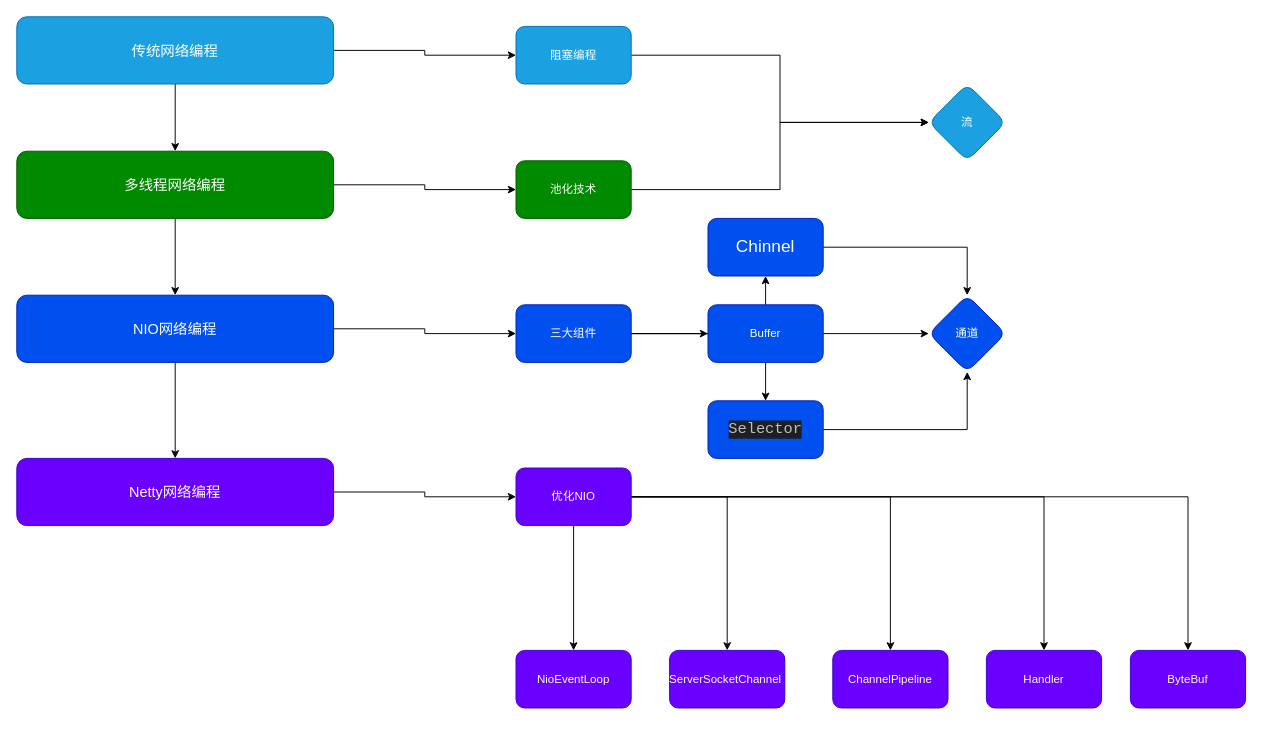
The draw.io diagram static/drawio/网络编程.drawio in Eason-shu/CoffeeLatte, before the edit. Source tidied: cells renumbered, new cells numbered last; positions are measured from the earlier drawing's top-left corner, leaving out a move shared by most shapes. Both pictures are drawn from the tidied source at 96%, with x=0, y=0 at pixel (16, 16).
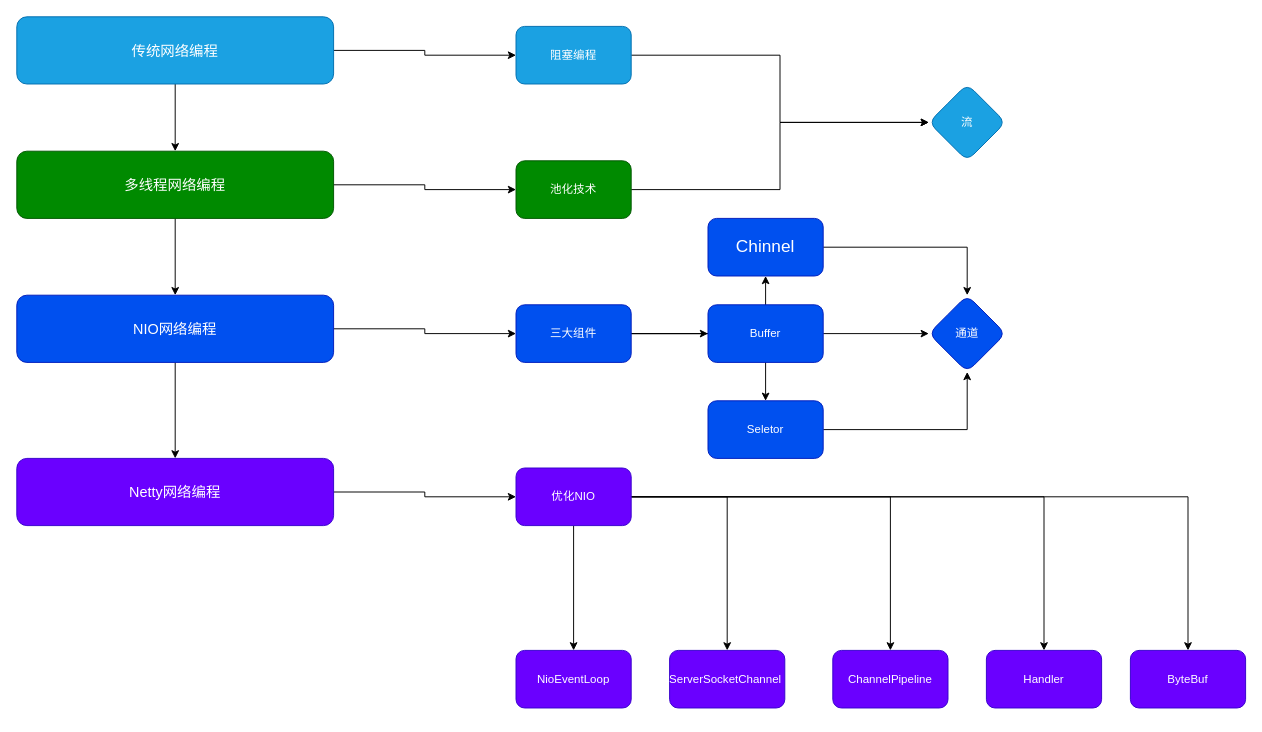
After the change.

Change to the diagram source:
```diff
@@
-    <mxCell id="30" value="&lt;div style=&quot;background-color:#1e1f22;color:#bcbec4&quot;&gt;&lt;pre style=&quot;font-family:'JetBrains Mono',monospace;font-size:12.0pt;&quot;&gt;Selector&lt;/pre&gt;&lt;/div&gt;" style="whiteSpace=wrap;html=1;fillColor=#0050ef;strokeColor=#001DBC;fontColor=#ffffff;rounded=1;" parent="1" vertex="1">
+    <mxCell id="30" value="Seletor" style="whiteSpace=wrap;html=1;fillColor=#0050ef;strokeColor=#001DBC;fontColor=#ffffff;rounded=1;" parent="1" vertex="1">
       <mxGeometry x="720" y="400" width="120" height="60" as="geometry" />
     </mxCell>
```
